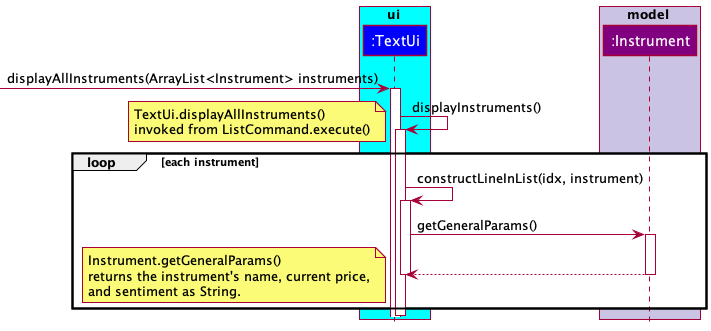
This is docs/images/TextUiDisplayInstrumentGeneralParams.png from williamlamjy/mTracker, a PlantUML export, as it was before one commit.
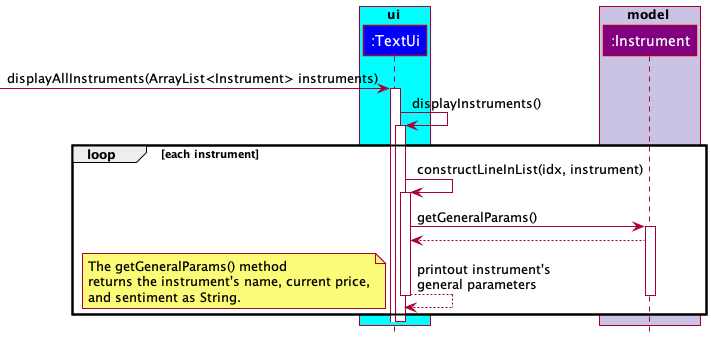
After the commit.

What changed in the source:
```diff
@@ -15,11 +15,6 @@
 TextUi -> TextUi : displayInstruments()
 activate TextUi
 
-note bottom
-TextUi.displayAllInstruments()
-invoked from ListCommand.execute()
-end note
-
     loop each instrument
         TextUi -> TextUi : constructLineInList(idx, instrument)
         activate TextUi
@@ -28,10 +23,12 @@
         activate Instrument
 
         Instrument --> TextUi
+
+        TextUi --> TextUi : printout instrument's \ngeneral parameters
         deactivate Instrument
 
         note bottom
-        Instrument.getGeneralParams()
+        The getGeneralParams() method
         returns the instrument's name, current price,
         and sentiment as String.
         end note
```
